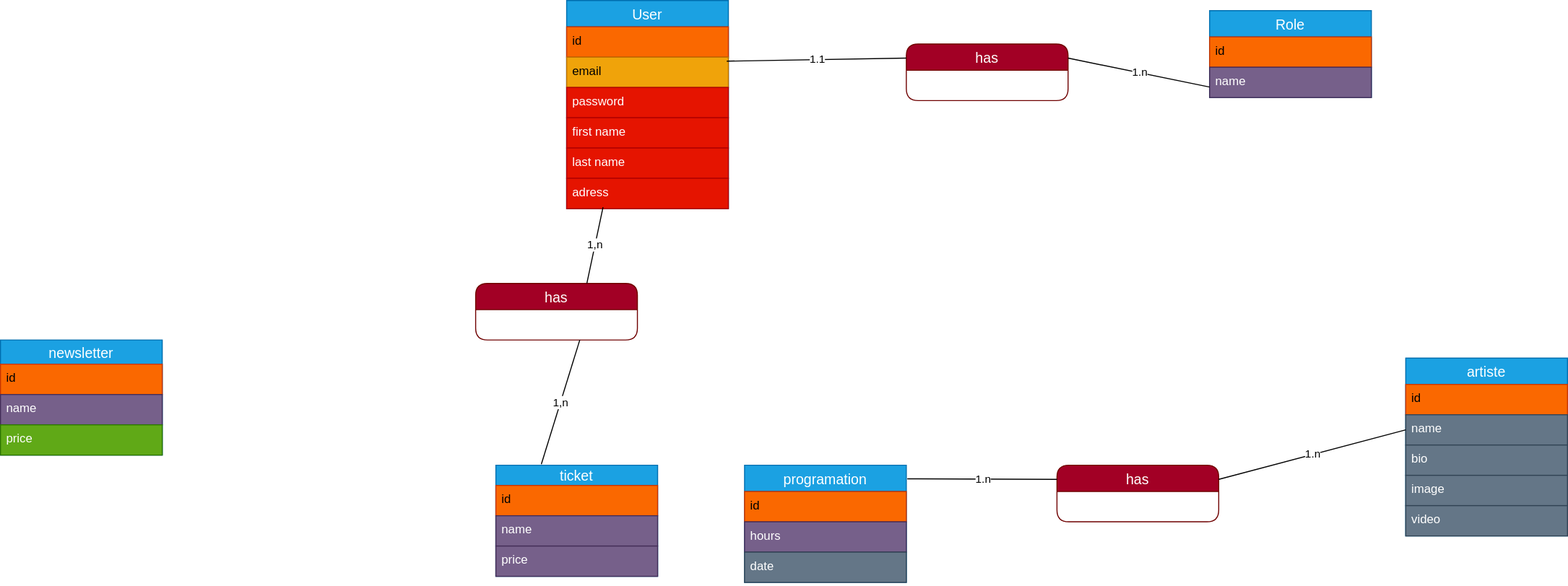
Earlier version of the draw.io export code/merise/MCD.drawio.svg (Lincheml94/brief_festival). Source tidied: cells renumbered, new cells last; positions are measured from the earlier drawing's top-left corner, leaving out a move shared by most shapes. Source of this version:
```xml
<mxGraphModel>
  <root>
    <mxCell id="0" />
    <mxCell id="1" parent="0" />
    <mxCell id="2" value="User" style="swimlane;fontStyle=0;horizontal=1;startSize=26;align=center;fontSize=14;fillColor=#1ba1e2;fontColor=#ffffff;strokeColor=#006EAF;" parent="1" vertex="1">
      <mxGeometry x="560" width="160" height="206" as="geometry" />
    </mxCell>
    <mxCell id="3" value="id" style="text;spacingLeft=4;spacingRight=4;overflow=hidden;fontSize=12;whiteSpace=wrap;html=1;fillColor=#fa6800;fontColor=#000000;strokeColor=#C73500;" parent="2" vertex="1">
      <mxGeometry y="26" width="160" height="30" as="geometry" />
    </mxCell>
    <mxCell id="4" value="email" style="text;strokeColor=#BD7000;fillColor=#f0a30a;spacingLeft=4;spacingRight=4;overflow=hidden;points=[[0,0.5],[1,0.5]];portConstraint=eastwest;fontSize=12;whiteSpace=wrap;html=1;fontColor=#000000;" parent="2" vertex="1">
      <mxGeometry y="56" width="160" height="30" as="geometry" />
    </mxCell>
    <mxCell id="5" value="password" style="text;strokeColor=#B20000;fillColor=#e51400;spacingLeft=4;spacingRight=4;overflow=hidden;fontSize=12;whiteSpace=wrap;html=1;fontColor=#ffffff;" parent="2" vertex="1">
      <mxGeometry y="86" width="160" height="30" as="geometry" />
    </mxCell>
    <mxCell id="6" value="first name" style="text;strokeColor=#B20000;fillColor=#e51400;spacingLeft=4;spacingRight=4;overflow=hidden;fontSize=12;whiteSpace=wrap;html=1;fontColor=#ffffff;" parent="2" vertex="1">
      <mxGeometry y="116" width="160" height="30" as="geometry" />
    </mxCell>
    <mxCell id="7" value="last name" style="text;strokeColor=#B20000;fillColor=#e51400;spacingLeft=4;spacingRight=4;overflow=hidden;fontSize=12;whiteSpace=wrap;html=1;fontColor=#ffffff;" parent="2" vertex="1">
      <mxGeometry y="146" width="160" height="30" as="geometry" />
    </mxCell>
    <mxCell id="8" value="adress" style="text;strokeColor=#B20000;fillColor=#e51400;spacingLeft=4;spacingRight=4;overflow=hidden;points=[[0,0.5],[1,0.5]];portConstraint=eastwest;fontSize=12;whiteSpace=wrap;html=1;fontColor=#ffffff;" parent="2" vertex="1">
      <mxGeometry y="176" width="160" height="30" as="geometry" />
    </mxCell>
    <mxCell id="9" value="has" style="swimlane;fontStyle=0;horizontal=1;startSize=26;align=center;fontSize=14;rounded=1;fillColor=#a20025;strokeColor=#6F0000;fontColor=#ffffff;" parent="1" vertex="1">
      <mxGeometry x="896" y="43" width="160" height="56" as="geometry" />
    </mxCell>
    <mxCell id="10" value="Role" style="swimlane;fontStyle=0;horizontal=1;startSize=26;align=center;fontSize=14;fillColor=#1ba1e2;strokeColor=#006EAF;fontColor=#ffffff;" parent="1" vertex="1">
      <mxGeometry x="1196" y="10" width="160" height="86" as="geometry" />
    </mxCell>
    <mxCell id="11" value="id" style="text;strokeColor=#C73500;fillColor=#fa6800;spacingLeft=4;spacingRight=4;overflow=hidden;fontSize=12;whiteSpace=wrap;html=1;fontColor=#000000;" parent="10" vertex="1">
      <mxGeometry y="26" width="160" height="30" as="geometry" />
    </mxCell>
    <mxCell id="12" value="name" style="text;strokeColor=#432D57;fillColor=#76608a;spacingLeft=4;spacingRight=4;overflow=hidden;fontSize=12;whiteSpace=wrap;html=1;fontColor=#ffffff;" parent="10" vertex="1">
      <mxGeometry y="56" width="160" height="30" as="geometry" />
    </mxCell>
    <mxCell id="13" value="1.n" style="endArrow=none;html=1;rounded=0;exitX=1;exitY=0.25;exitDx=0;exitDy=0;" parent="1" edge="1" source="9">
      <mxGeometry relative="1" as="geometry">
        <mxPoint x="1196" y="85.6" as="targetPoint" />
      </mxGeometry>
    </mxCell>
    <mxCell id="14" value="1.1" style="endArrow=none;html=1;rounded=0;entryX=0;entryY=0.25;entryDx=0;entryDy=0;exitX=0.99;exitY=0.133;exitDx=0;exitDy=0;exitPerimeter=0;" parent="1" edge="1" source="4" target="9">
      <mxGeometry relative="1" as="geometry" />
    </mxCell>
    <mxCell id="15" value="ticket" style="swimlane;fontStyle=0;horizontal=1;startSize=20;align=center;fontSize=14;fillColor=#1ba1e2;fontColor=#ffffff;strokeColor=#006EAF;shadow=0;glass=0;rounded=0;swimlaneLine=1;" parent="1" vertex="1">
      <mxGeometry x="490" y="460" width="160" height="110" as="geometry" />
    </mxCell>
    <mxCell id="16" value="id" style="text;strokeColor=#C73500;fillColor=#fa6800;spacingLeft=4;spacingRight=4;overflow=hidden;fontSize=12;whiteSpace=wrap;html=1;fontColor=#000000;" parent="15" vertex="1">
      <mxGeometry y="20" width="160" height="30" as="geometry" />
    </mxCell>
    <mxCell id="17" value="name" style="text;strokeColor=#432D57;fillColor=#76608a;spacingLeft=4;spacingRight=4;overflow=hidden;fontSize=12;whiteSpace=wrap;html=1;fontColor=#ffffff;" parent="15" vertex="1">
      <mxGeometry y="50" width="160" height="30" as="geometry" />
    </mxCell>
    <mxCell id="18" value="price" style="text;strokeColor=#432D57;fillColor=#76608a;spacingLeft=4;spacingRight=4;overflow=hidden;fontSize=12;whiteSpace=wrap;html=1;fontColor=#ffffff;" parent="15" vertex="1">
      <mxGeometry y="80" width="160" height="30" as="geometry" />
    </mxCell>
    <mxCell id="19" value="programation" style="swimlane;fontStyle=0;horizontal=1;startSize=26;align=center;fontSize=14;fillColor=#1ba1e2;fontColor=#ffffff;strokeColor=#006EAF;" parent="1" vertex="1">
      <mxGeometry x="736" y="460" width="160" height="116" as="geometry" />
    </mxCell>
    <mxCell id="20" value="id" style="text;strokeColor=#C73500;fillColor=#fa6800;spacingLeft=4;spacingRight=4;overflow=hidden;fontSize=12;whiteSpace=wrap;html=1;fontColor=#000000;" parent="19" vertex="1">
      <mxGeometry y="26" width="160" height="30" as="geometry" />
    </mxCell>
    <mxCell id="21" value="hours" style="text;strokeColor=#432D57;fillColor=#76608a;spacingLeft=4;spacingRight=4;overflow=hidden;fontSize=12;whiteSpace=wrap;html=1;fontColor=#ffffff;" parent="19" vertex="1">
      <mxGeometry y="56" width="160" height="30" as="geometry" />
    </mxCell>
    <mxCell id="22" value="date" style="text;strokeColor=#314354;fillColor=#647687;spacingLeft=4;spacingRight=4;overflow=hidden;fontSize=12;whiteSpace=wrap;html=1;fontColor=#ffffff;" parent="19" vertex="1">
      <mxGeometry y="86" width="160" height="30" as="geometry" />
    </mxCell>
    <mxCell id="23" value="has" style="swimlane;fontStyle=0;horizontal=1;startSize=26;align=center;fontSize=14;rounded=1;fillColor=#a20025;strokeColor=#6F0000;fontColor=#ffffff;" parent="1" vertex="1">
      <mxGeometry x="470" y="280" width="160" height="56" as="geometry" />
    </mxCell>
    <mxCell id="24" value="artiste" style="swimlane;fontStyle=0;horizontal=1;startSize=26;align=center;fontSize=14;fillColor=#1ba1e2;fontColor=#ffffff;strokeColor=#006EAF;shadow=0;glass=0;rounded=0;swimlaneLine=1;" parent="1" vertex="1">
      <mxGeometry x="1390" y="354" width="160" height="176" as="geometry" />
    </mxCell>
    <mxCell id="25" value="id" style="text;strokeColor=#C73500;fillColor=#fa6800;spacingLeft=4;spacingRight=4;overflow=hidden;fontSize=12;whiteSpace=wrap;html=1;fontColor=#000000;" parent="24" vertex="1">
      <mxGeometry y="26" width="160" height="30" as="geometry" />
    </mxCell>
    <mxCell id="26" value="name" style="text;strokeColor=#314354;fillColor=#647687;spacingLeft=4;spacingRight=4;overflow=hidden;points=[[0,0.5],[1,0.5]];portConstraint=eastwest;fontSize=12;whiteSpace=wrap;html=1;fontColor=#ffffff;" parent="24" vertex="1">
      <mxGeometry y="56" width="160" height="30" as="geometry" />
    </mxCell>
    <mxCell id="27" value="bio" style="text;strokeColor=#314354;fillColor=#647687;spacingLeft=4;spacingRight=4;overflow=hidden;fontSize=12;whiteSpace=wrap;html=1;fontColor=#ffffff;" parent="24" vertex="1">
      <mxGeometry y="86" width="160" height="30" as="geometry" />
    </mxCell>
    <mxCell id="28" value="image" style="text;strokeColor=#314354;fillColor=#647687;spacingLeft=4;spacingRight=4;overflow=hidden;fontSize=12;whiteSpace=wrap;html=1;fontColor=#ffffff;" parent="24" vertex="1">
      <mxGeometry y="116" width="160" height="30" as="geometry" />
    </mxCell>
    <mxCell id="29" value="video" style="text;strokeColor=#314354;fillColor=#647687;spacingLeft=4;spacingRight=4;overflow=hidden;fontSize=12;whiteSpace=wrap;html=1;fontColor=#ffffff;" parent="24" vertex="1">
      <mxGeometry y="146" width="160" height="30" as="geometry" />
    </mxCell>
    <mxCell id="30" value="has" style="swimlane;fontStyle=0;horizontal=1;startSize=26;align=center;fontSize=14;rounded=1;fillColor=#a20025;strokeColor=#6F0000;fontColor=#ffffff;" parent="1" vertex="1">
      <mxGeometry x="1045" y="460" width="160" height="56" as="geometry" />
    </mxCell>
    <mxCell id="31" value="1.n" style="endArrow=none;html=1;rounded=0;entryX=0;entryY=0.25;entryDx=0;entryDy=0;exitX=1.006;exitY=0.116;exitDx=0;exitDy=0;exitPerimeter=0;" parent="1" edge="1" source="19" target="30">
      <mxGeometry relative="1" as="geometry" />
    </mxCell>
    <mxCell id="32" value="1.n" style="endArrow=none;html=1;rounded=0;entryX=0;entryY=0.5;entryDx=0;entryDy=0;exitX=1;exitY=0.25;exitDx=0;exitDy=0;" parent="1" edge="1" source="30" target="26">
      <mxGeometry relative="1" as="geometry" />
    </mxCell>
    <mxCell id="33" value="newsletter" style="swimlane;fontStyle=0;horizontal=1;startSize=24;align=center;fontSize=14;fillColor=#1ba1e2;fontColor=#ffffff;strokeColor=#006EAF;" parent="1" vertex="1">
      <mxGeometry y="336" width="160" height="114" as="geometry" />
    </mxCell>
    <mxCell id="34" value="id" style="text;strokeColor=#C73500;fillColor=#fa6800;spacingLeft=4;spacingRight=4;overflow=hidden;fontSize=12;whiteSpace=wrap;html=1;fontColor=#000000;" parent="33" vertex="1">
      <mxGeometry y="24" width="160" height="30" as="geometry" />
    </mxCell>
    <mxCell id="35" value="name" style="text;strokeColor=#432D57;fillColor=#76608a;spacingLeft=4;spacingRight=4;overflow=hidden;fontSize=12;whiteSpace=wrap;html=1;fontColor=#ffffff;" parent="33" vertex="1">
      <mxGeometry y="54" width="160" height="30" as="geometry" />
    </mxCell>
    <mxCell id="36" value="price" style="text;strokeColor=#2D7600;fillColor=#60a917;spacingLeft=4;spacingRight=4;overflow=hidden;fontSize=12;whiteSpace=wrap;html=1;fontColor=#ffffff;" parent="33" vertex="1">
      <mxGeometry y="84" width="160" height="30" as="geometry" />
    </mxCell>
    <mxCell id="37" value="1,n" style="endArrow=none;html=1;entryX=0.225;entryY=0.953;entryDx=0;entryDy=0;entryPerimeter=0;" parent="1" edge="1" target="8">
      <mxGeometry relative="1" as="geometry">
        <mxPoint x="580" y="280" as="sourcePoint" />
      </mxGeometry>
    </mxCell>
    <mxCell id="38" value="1,n" style="endArrow=none;html=1;exitX=0.281;exitY=-0.009;exitDx=0;exitDy=0;exitPerimeter=0;" parent="1" edge="1" source="15">
      <mxGeometry relative="1" as="geometry">
        <mxPoint x="573" y="336" as="targetPoint" />
      </mxGeometry>
    </mxCell>
  </root>
</mxGraphModel>
```
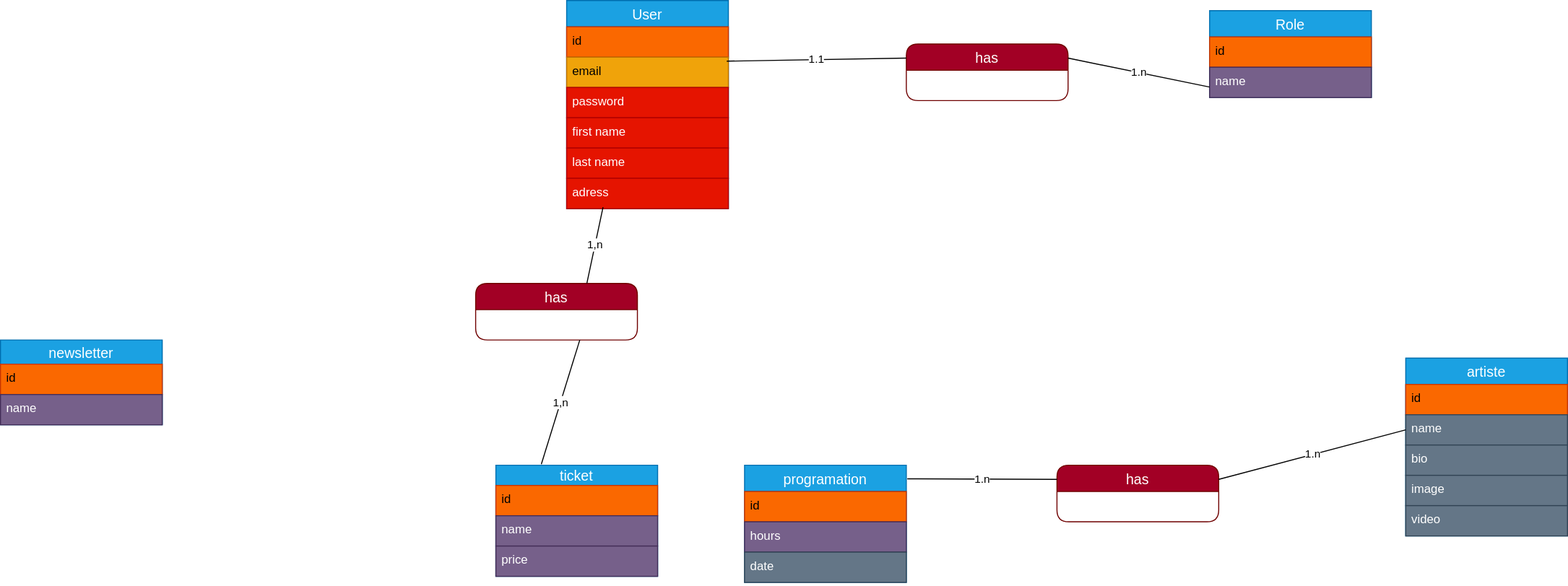
The same diagram one commit later.

Commit message:
supp. price de newletter

What changed in the source:
```diff
@@ -98,7 +98,7 @@
       <mxGeometry relative="1" as="geometry" />
     </mxCell>
     <mxCell id="33" value="newsletter" style="swimlane;fontStyle=0;horizontal=1;startSize=24;align=center;fontSize=14;fillColor=#1ba1e2;fontColor=#ffffff;strokeColor=#006EAF;" parent="1" vertex="1">
-      <mxGeometry y="336" width="160" height="114" as="geometry" />
+      <mxGeometry y="336" width="160" height="84" as="geometry" />
     </mxCell>
     <mxCell id="34" value="id" style="text;strokeColor=#C73500;fillColor=#fa6800;spacingLeft=4;spacingRight=4;overflow=hidden;fontSize=12;whiteSpace=wrap;html=1;fontColor=#000000;" parent="33" vertex="1">
       <mxGeometry y="24" width="160" height="30" as="geometry" />
@@ -106,9 +106,6 @@
     <mxCell id="35" value="name" style="text;strokeColor=#432D57;fillColor=#76608a;spacingLeft=4;spacingRight=4;overflow=hidden;fontSize=12;whiteSpace=wrap;html=1;fontColor=#ffffff;" parent="33" vertex="1">
       <mxGeometry y="54" width="160" height="30" as="geometry" />
     </mxCell>
-    <mxCell id="36" value="price" style="text;strokeColor=#2D7600;fillColor=#60a917;spacingLeft=4;spacingRight=4;overflow=hidden;fontSize=12;whiteSpace=wrap;html=1;fontColor=#ffffff;" parent="33" vertex="1">
-      <mxGeometry y="84" width="160" height="30" as="geometry" />
-    </mxCell>
     <mxCell id="37" value="1,n" style="endArrow=none;html=1;entryX=0.225;entryY=0.953;entryDx=0;entryDy=0;entryPerimeter=0;" parent="1" edge="1" target="8">
       <mxGeometry relative="1" as="geometry">
         <mxPoint x="580" y="280" as="sourcePoint" />
```
